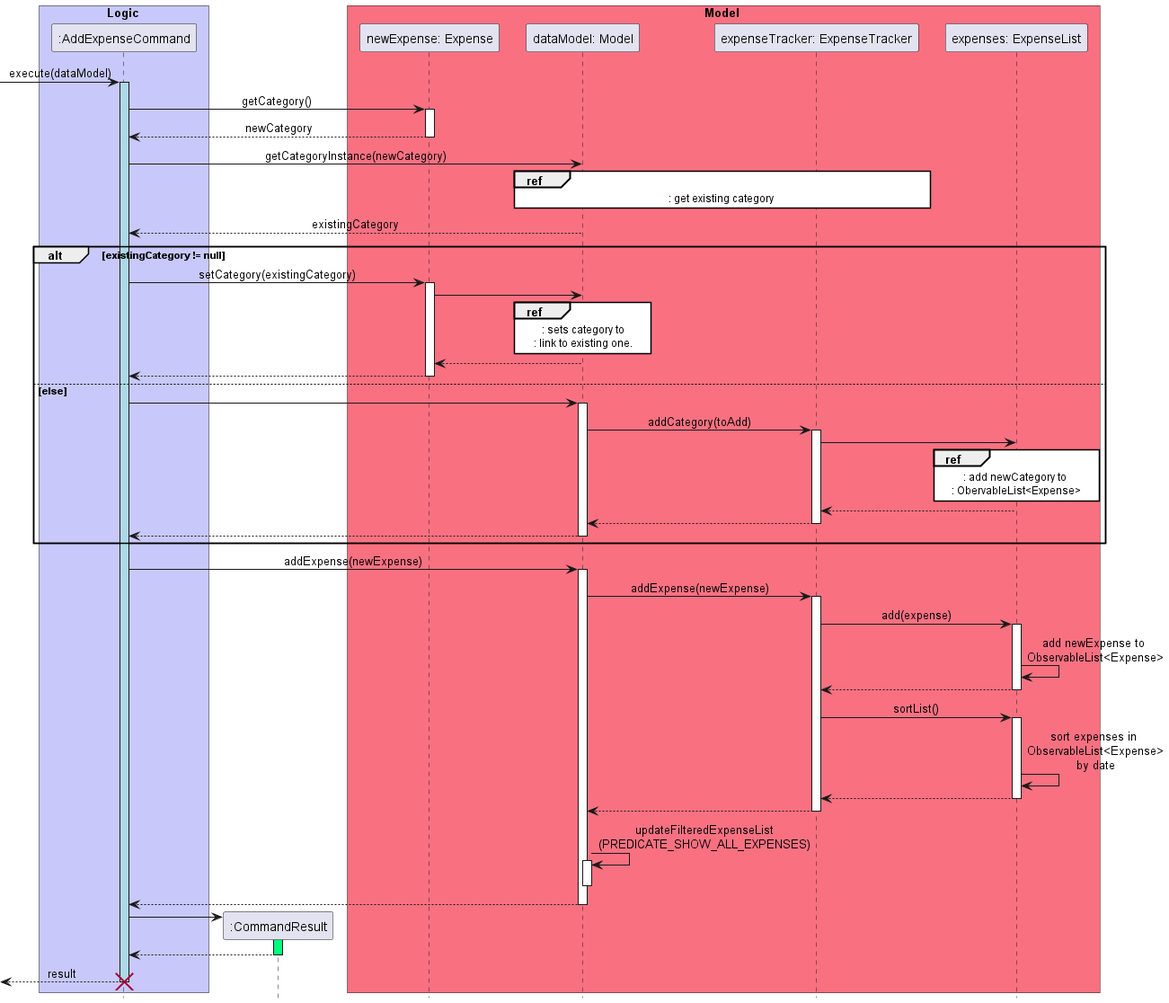
Earlier version of the PlantUML export docs/images/sequence_diagrams/AddExpenseSequenceDiagram.png (nus-cs2103-AY2223S2/tp). The source it was exported from:
```plantuml
@startuml  AddExpenseSequenceDiagram

hide footbox
skinparam MinClassWidth 50
skinparam ParticipantPadding 10
skinparam Shadowing false
skinparam DefaultTextAlignment center
skinparam packageStyle Rectangle

box Model #F97181
participant "newExpense: Expense" as Expense order 2
participant "dataModel: Model" as Model order 3
participant "expenseTracker: ExpenseTracker" as ExpenseTracker order 4
participant "expenses: ExpenseList" as ExpenseList order 5
end box
skinparam Sequence {
    MessageAlign center
    BoxFontSize 15
    BoxPadding 0
    BoxFontColor #FFFFFF
    ReferenceBackgroundColor #FFFFFF
}

box Logic #C8C8FA
participant ":AddExpenseCommand" as Command  order 1
end box

[->Command: execute(dataModel)
activate Command #LightBlue
Command -> Expense: getCategory()
activate Expense
Expense --> Command: newCategory
deactivate Expense
Command -> Model : getCategoryInstance(newCategory)
ref over Model, ExpenseTracker
    : get existing category
end ref
Model --> Command: existingCategory
alt existingCategory != null
    Command -> Expense: setCategory(existingCategory)
    activate Expense
    Expense -> Model
    ref over Model
        : sets category to
        : link to existing one.
    end ref
    Model --> Expense
    Expense --> Command
    deactivate Expense
else else
    Command -> Model
    activate Model
    Model -> ExpenseTracker : addCategory(toAdd)
    activate ExpenseTracker

    ExpenseTracker -> ExpenseList
    ref over ExpenseList
        : add newCategory to
        : ObervableList<Expense>
    end ref
    ExpenseList --> ExpenseTracker
    ExpenseTracker --> Model
    deactivate ExpenseTracker
    Model --> Command
    deactivate Model
end
Command -> Model: addExpense(newExpense)
activate Model
Model -> ExpenseTracker: addExpense(newExpense)
activate ExpenseTracker
ExpenseTracker -> ExpenseList: add(expense)
activate ExpenseList
ExpenseList -> ExpenseList: add newExpense to \nObservableList<Expense>
ExpenseList --> ExpenseTracker
deactivate ExpenseList
ExpenseTracker -> ExpenseList: sortList()
activate ExpenseList
ExpenseList -> ExpenseList: sort expenses in \nObservableList<Expense>\nby date
ExpenseList --> ExpenseTracker
deactivate ExpenseList
ExpenseTracker --> Model
deactivate ExpenseTracker
Model -> Model: updateFilteredExpenseList\n(PREDICATE_SHOW_ALL_EXPENSES)
activate Model
deactivate Model
Model --> Command
deactivate Model
create ":CommandResult" as CommandResult order 1
Command -> CommandResult
activate CommandResult #SpringGreen
CommandResult --> Command
deactivate CommandResult
[<-- Command: result
destroy Command

@enduml
```
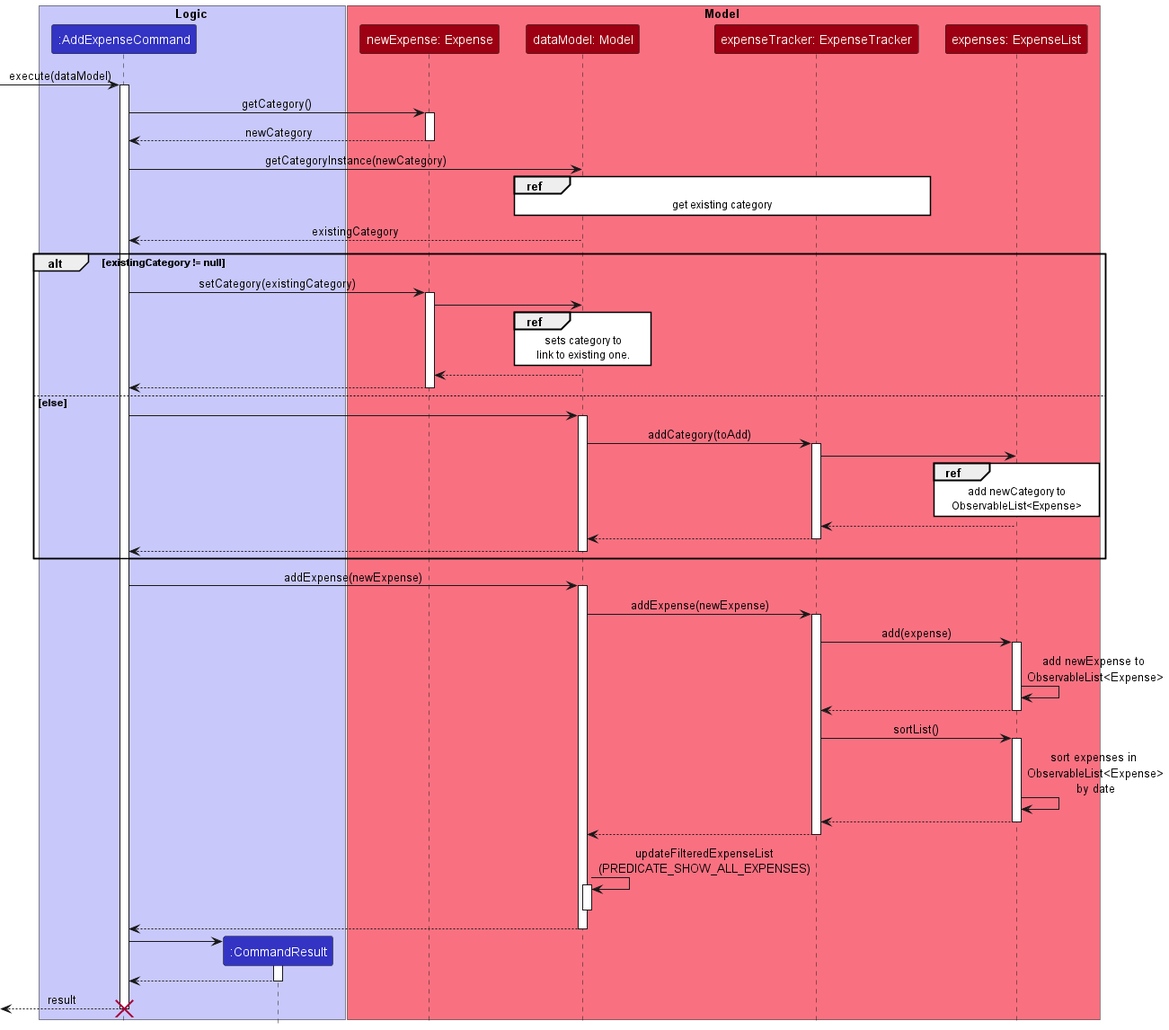
The same diagram one commit later.

Change to the diagram source:
```diff
@@ -1,4 +1,5 @@
 @startuml  AddExpenseSequenceDiagram
+!include ../../style.puml
 
 hide footbox
 skinparam MinClassWidth 50
@@ -7,33 +8,27 @@
 skinparam DefaultTextAlignment center
 skinparam packageStyle Rectangle
 
-box Model #F97181
-participant "newExpense: Expense" as Expense order 2
-participant "dataModel: Model" as Model order 3
-participant "expenseTracker: ExpenseTracker" as ExpenseTracker order 4
-participant "expenses: ExpenseList" as ExpenseList order 5
+box Model MODEL_COLOR_T1
+participant "newExpense: Expense" as Expense order 2 MODEL_COLOR
+participant "dataModel: Model" as Model order 3 MODEL_COLOR
+participant "expenseTracker: ExpenseTracker" as ExpenseTracker order 4 MODEL_COLOR
+participant "expenses: ExpenseList" as ExpenseList order 5 MODEL_COLOR
 end box
-skinparam Sequence {
-    MessageAlign center
-    BoxFontSize 15
-    BoxPadding 0
-    BoxFontColor #FFFFFF
-    ReferenceBackgroundColor #FFFFFF
-}
 
-box Logic #C8C8FA
-participant ":AddExpenseCommand" as Command  order 1
+box Logic LOGIC_COLOR_T1
+participant ":AddExpenseCommand" as Command LOGIC_COLOR
+participant ":CommandResult" as Result LOGIC_COLOR
 end box
 
 [->Command: execute(dataModel)
-activate Command #LightBlue
+activate Command
 Command -> Expense: getCategory()
 activate Expense
 Expense --> Command: newCategory
 deactivate Expense
 Command -> Model : getCategoryInstance(newCategory)
 ref over Model, ExpenseTracker
-    : get existing category
+    get existing category
 end ref
 Model --> Command: existingCategory
 alt existingCategory != null
@@ -41,8 +36,8 @@
     activate Expense
     Expense -> Model
     ref over Model
-        : sets category to
-        : link to existing one.
+        sets category to
+        link to existing one.
     end ref
     Model --> Expense
     Expense --> Command
@@ -55,8 +50,8 @@
 
     ExpenseTracker -> ExpenseList
     ref over ExpenseList
-        : add newCategory to
-        : ObervableList<Expense>
+        add newCategory to
+        ObservableList<Expense>
     end ref
     ExpenseList --> ExpenseTracker
     ExpenseTracker --> Model
@@ -85,11 +80,11 @@
 deactivate Model
 Model --> Command
 deactivate Model
-create ":CommandResult" as CommandResult order 1
-Command -> CommandResult
-activate CommandResult #SpringGreen
-CommandResult --> Command
-deactivate CommandResult
+create Result
+Command -> Result
+activate Result
+Result --> Command
+deactivate Result
 [<-- Command: result
 destroy Command
 
```
